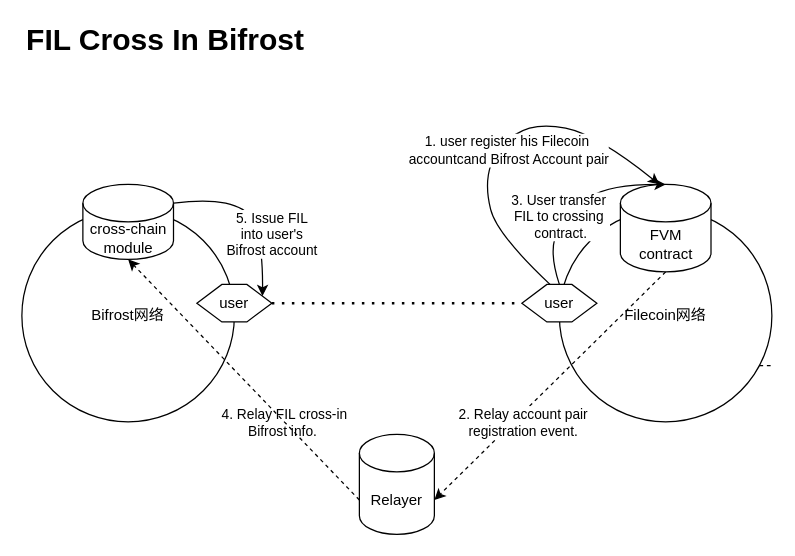
herryho/flowchars keeps this draw.io diagram as vfil-crossin-fvm.drawio. Above is the earlier version. Source tidied: cells renumbered, new cells numbered last; positions are measured from the earlier drawing's top-left corner, leaving out a move shared by most shapes. Both pictures are drawn from the tidied source at 125%, with x=0, y=0 at pixel (21, 21).
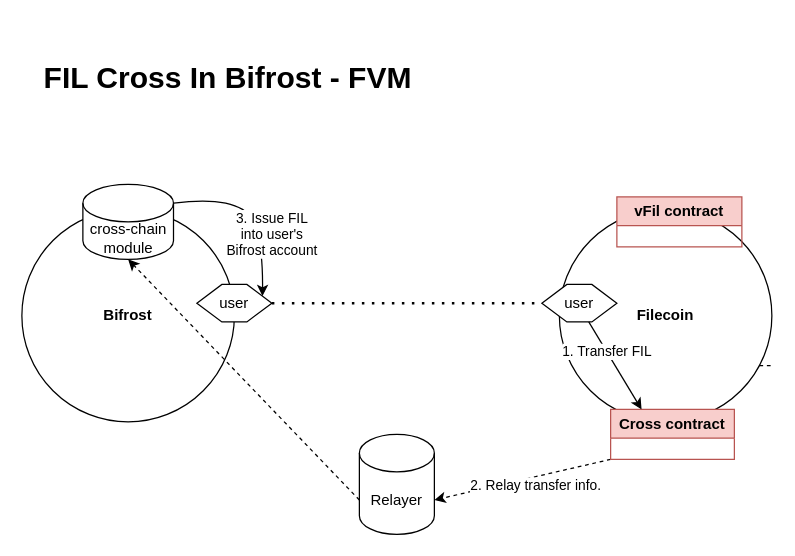
Above is the later version.

The change refers to these unchanged cells:
```xml
<mxCell id="4" value="user" style="shape=hexagon;perimeter=hexagonPerimeter2;whiteSpace=wrap;html=1;fixedSize=1;" parent="1" vertex="1">
  <mxGeometry x="140" y="210" width="60" height="30" as="geometry" />
</mxCell>
<mxCell id="8" value="cross-chain module" style="shape=cylinder3;whiteSpace=wrap;html=1;boundedLbl=1;backgroundOutline=1;size=15;" parent="1" vertex="1">
  <mxGeometry x="48.8" y="130" width="72.5" height="60" as="geometry" />
</mxCell>
<mxCell id="14" value="Relayer" style="shape=cylinder3;whiteSpace=wrap;html=1;boundedLbl=1;backgroundOutline=1;size=15;" parent="1" vertex="1">
  <mxGeometry x="270" y="330" width="60" height="80" as="geometry" />
</mxCell>
```

Change to the diagram source:
```diff
@@
-    <mxCell id="2" value="Bifrost网络" style="ellipse;whiteSpace=wrap;html=1;" parent="1" vertex="1">
+    <mxCell id="2" value="&lt;b&gt;Bifrost&lt;/b&gt;" style="ellipse;whiteSpace=wrap;html=1;" parent="1" vertex="1">
       <mxGeometry y="150" width="170" height="170" as="geometry" />
     </mxCell>
-    <mxCell id="3" value="Filecoin网络" style="ellipse;whiteSpace=wrap;html=1;" parent="1" vertex="1">
+    <mxCell id="3" value="&lt;b&gt;Filecoin&lt;/b&gt;" style="ellipse;whiteSpace=wrap;html=1;" parent="1" vertex="1">
       <mxGeometry x="430" y="150" width="170" height="170" as="geometry" />
     </mxCell>
@@
     <mxCell id="5" value="user" style="shape=hexagon;perimeter=hexagonPerimeter2;whiteSpace=wrap;html=1;fixedSize=1;" parent="1" vertex="1">
-      <mxGeometry x="400" y="210" width="60" height="30" as="geometry" />
+      <mxGeometry x="416" y="210" width="60" height="30" as="geometry" />
     </mxCell>
@@
-    <mxCell id="7" value="FVM contract" style="shape=cylinder3;whiteSpace=wrap;html=1;boundedLbl=1;backgroundOutline=1;size=15;" parent="1" vertex="1">
-      <mxGeometry x="478.8" y="130" width="72.5" height="70" as="geometry" />
-    </mxCell>
@@
-    <mxCell id="9" style="curved=1;endArrow=classic;html=1;rounded=0;exitX=0.375;exitY=0;exitDx=0;exitDy=0;" parent="1" edge="1" source="5">
-      <mxGeometry relative="1" as="geometry">
-        <mxPoint x="510" y="130" as="targetPoint" />
-        <Array as="points">
-          <mxPoint x="380" y="170" />
-          <mxPoint x="370" y="130" />
-          <mxPoint x="380" y="100" />
-          <mxPoint x="410" y="80" />
-          <mxPoint x="460" y="90" />
-        </Array>
-      </mxGeometry>
-    </mxCell>
-    <mxCell id="10" value="1. user register his Filecoin&lt;br&gt;&amp;nbsp;accountcand Bifrost Account pair" style="edgeLabel;html=1;align=center;verticalAlign=middle;" parent="9" vertex="1">
-      <mxGeometry x="-0.27" y="9" relative="1" as="geometry">
-        <mxPoint x="25" y="-21" as="offset" />
-      </mxGeometry>
-    </mxCell>
-    <mxCell id="11" style="curved=1;endArrow=classic;html=1;rounded=0;exitX=0.5;exitY=0;exitDx=0;exitDy=0;entryX=0.5;entryY=0;entryDx=0;entryDy=0;entryPerimeter=0;" parent="1" edge="1" source="5" target="7">
-      <mxGeometry relative="1" as="geometry">
-        <Array as="points">
-          <mxPoint x="420" y="180" />
-          <mxPoint x="440" y="150" />
-          <mxPoint x="470" y="130" />
-        </Array>
-      </mxGeometry>
-    </mxCell>
-    <mxCell id="12" value="3. User transfer&amp;nbsp;&lt;br&gt;FIL to crossing&amp;nbsp;&lt;br&gt;contract." style="edgeLabel;html=1;align=center;verticalAlign=middle;" parent="11" vertex="1">
-      <mxGeometry x="-0.41" y="-3" relative="1" as="geometry">
-        <mxPoint x="1" y="-16" as="offset" />
-      </mxGeometry>
-    </mxCell>
-    <mxCell id="13" value="5. Issue FIL&lt;br&gt;into user's&lt;br&gt;Bifrost account" style="curved=1;endArrow=classic;html=1;rounded=0;exitX=1;exitY=0;exitDx=0;exitDy=15;exitPerimeter=0;entryX=1;entryY=0.25;entryDx=0;entryDy=0;" parent="1" edge="1" source="8" target="4">
+    <mxCell id="13" value="3. Issue FIL&lt;br&gt;into user's&lt;br&gt;Bifrost account" style="curved=1;endArrow=classic;html=1;rounded=0;exitX=1;exitY=0;exitDx=0;exitDy=15;exitPerimeter=0;entryX=1;entryY=0.25;entryDx=0;entryDy=0;" parent="1" edge="1" source="8" target="4">
       <mxGeometry x="0.28" y="7" relative="1" as="geometry">
         <Array as="points">
           <mxPoint x="160" y="140" />
           <mxPoint x="193" y="160" />
         </Array>
       </mxGeometry>
     </mxCell>
@@
-    <mxCell id="16" style="endArrow=classic;html=1;rounded=0;dashed=1;exitX=0.5;exitY=1;exitDx=0;exitDy=0;exitPerimeter=0;entryX=1;entryY=0;entryDx=0;entryDy=52.5;entryPerimeter=0;" parent="1" edge="1" source="7" target="14">
+    <mxCell id="16" style="endArrow=classic;html=1;rounded=0;dashed=1;exitX=0;exitY=1;exitDx=0;exitDy=0;entryX=1;entryY=0;entryDx=0;entryDy=52.5;entryPerimeter=0;" parent="1" edge="1" source="22" target="14">
       <mxGeometry relative="1" as="geometry" />
     </mxCell>
-    <mxCell id="17" value="2. Relay account pair &lt;br&gt;registration event." style="edgeLabel;html=1;align=center;verticalAlign=middle;" parent="16" vertex="1">
+    <mxCell id="17" value="2. Relay transfer info." style="edgeLabel;html=1;align=center;verticalAlign=middle;" parent="16" vertex="1">
       <mxGeometry x="0.24" relative="1" as="geometry">
-        <mxPoint y="7" as="offset" />
+        <mxPoint x="27" as="offset" />
       </mxGeometry>
     </mxCell>
-    <mxCell id="18" value="4. Relay FIL cross-in&lt;br&gt;Bifrost info.&amp;nbsp;" style="edgeLabel;html=1;align=center;verticalAlign=middle;" parent="16" vertex="1">
-      <mxGeometry x="0.2" y="-3" relative="1" as="geometry">
-        <mxPoint x="-192" y="13" as="offset" />
-      </mxGeometry>
-    </mxCell>
@@
-    <mxCell id="20" value="FIL Cross In Bifrost" style="text;html=1;strokeColor=none;fillColor=none;align=center;verticalAlign=middle;whiteSpace=wrap;rounded=0;fontStyle=1;fontSize=24;" parent="1" vertex="1">
-      <mxGeometry width="230" height="30" as="geometry" />
+    <mxCell id="20" value="FIL Cross In Bifrost - FVM" style="text;html=1;strokeColor=none;fillColor=none;align=center;verticalAlign=middle;whiteSpace=wrap;rounded=0;fontStyle=1;fontSize=24;" parent="1" vertex="1">
+      <mxGeometry y="30" width="330" height="30" as="geometry" />
     </mxCell>
+    <mxCell id="21" value="vFil contract" style="swimlane;whiteSpace=wrap;html=1;fillColor=#f8cecc;strokeColor=#b85450;" parent="1" vertex="1">
+      <mxGeometry x="476" y="140" width="100" height="40" as="geometry" />
+    </mxCell>
+    <mxCell id="22" value="Cross contract" style="swimlane;whiteSpace=wrap;html=1;fillColor=#f8cecc;strokeColor=#b85450;" parent="1" vertex="1">
+      <mxGeometry x="471" y="310" width="99" height="40" as="geometry" />
+    </mxCell>
+    <mxCell id="23" style="endArrow=classic;html=1;rounded=0;exitX=0.625;exitY=1;exitDx=0;exitDy=0;entryX=0.25;entryY=0;entryDx=0;entryDy=0;" parent="1" edge="1" source="5" target="22">
+      <mxGeometry relative="1" as="geometry" />
+    </mxCell>
+    <mxCell id="24" value="1. Transfer FIL" style="edgeLabel;html=1;align=center;verticalAlign=middle;" parent="23" vertex="1">
+      <mxGeometry x="-0.35" relative="1" as="geometry" />
+    </mxCell>
```
